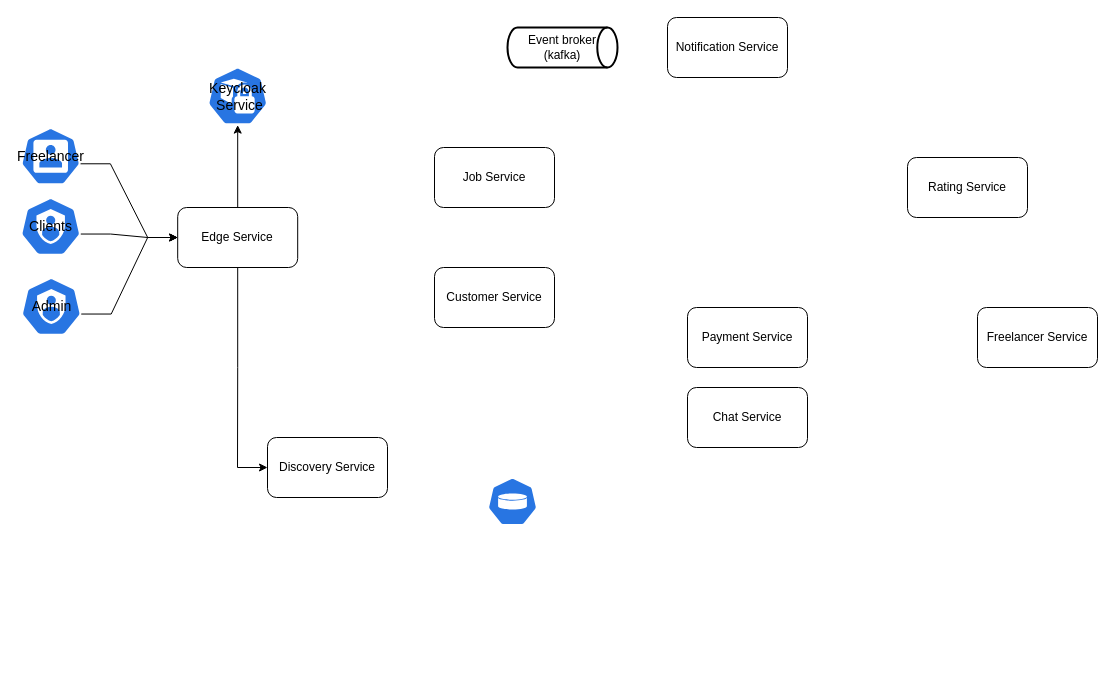
Earlier version of the draw.io diagram microservices-structure.drawio (ponchik18/freelance-exchanges). Source tidied: cells renumbered, new cells numbered last; positions are measured from the earlier drawing's top-left corner, leaving out a move shared by most shapes. Both pictures are drawn from the tidied source at 100%, with x=0, y=0 at pixel (20, 17).
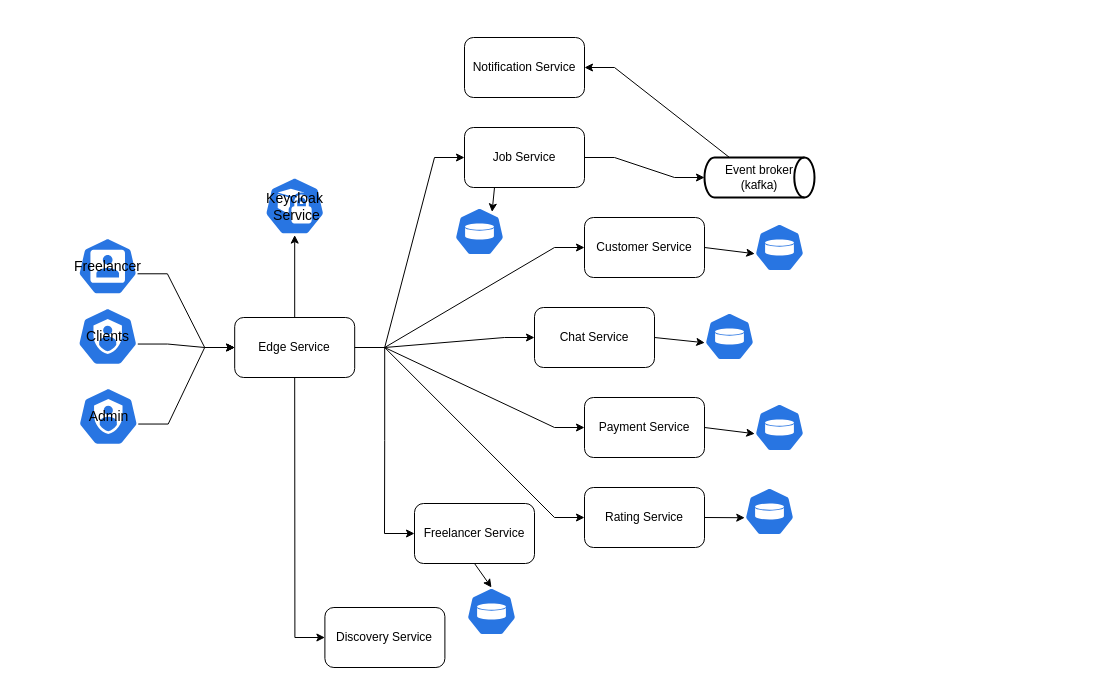
The same diagram, later.

The edit, as a diff of the source:
```diff
@@
     <mxCell id="3" value="&lt;font style=&quot;font-size: 14px;&quot;&gt;Freelancer&lt;/font&gt;" style="sketch=0;html=1;dashed=0;whitespace=wrap;fillColor=#2875E2;strokeColor=#ffffff;points=[[0.005,0.63,0],[0.1,0.2,0],[0.9,0.2,0],[0.5,0,0],[0.995,0.63,0],[0.72,0.99,0],[0.5,1,0],[0.28,0.99,0]];shape=mxgraph.kubernetes.icon2;prIcon=user;" parent="1" vertex="1">
-      <mxGeometry x="0.2" y="110" width="60" height="57.6" as="geometry" />
+      <mxGeometry x="57.2" y="220" width="60" height="57.6" as="geometry" />
     </mxCell>
@@
     <mxCell id="5" value="&lt;font style=&quot;font-size: 14px;&quot;&gt;Clients&lt;/font&gt;" style="sketch=0;html=1;dashed=0;whitespace=wrap;fillColor=#2875E2;strokeColor=#ffffff;points=[[0.005,0.63,0],[0.1,0.2,0],[0.9,0.2,0],[0.5,0,0],[0.995,0.63,0],[0.72,0.99,0],[0.5,1,0],[0.28,0.99,0]];shape=mxgraph.kubernetes.icon2;prIcon=sa;" parent="1" vertex="1">
-      <mxGeometry y="180" width="60.4" height="58" as="geometry" />
+      <mxGeometry x="57" y="290" width="60.4" height="58" as="geometry" />
     </mxCell>
@@
     <mxCell id="7" value="&lt;font style=&quot;font-size: 14px;&quot;&gt;Admin&lt;/font&gt;" style="sketch=0;html=1;dashed=0;whitespace=wrap;fillColor=#2875E2;strokeColor=#ffffff;points=[[0.005,0.63,0],[0.1,0.2,0],[0.9,0.2,0],[0.5,0,0],[0.995,0.63,0],[0.72,0.99,0],[0.5,1,0],[0.28,0.99,0]];shape=mxgraph.kubernetes.icon2;prIcon=sa;" parent="1" vertex="1">
-      <mxGeometry x="0.6" y="260" width="60.4" height="58" as="geometry" />
+      <mxGeometry x="57.6" y="370" width="60.4" height="58" as="geometry" />
     </mxCell>
     <mxCell id="8" style="sketch=0;html=1;dashed=0;whitespace=wrap;fillColor=#2875E2;strokeColor=#ffffff;points=[[0.005,0.63,0],[0.1,0.2,0],[0.9,0.2,0],[0.5,0,0],[0.995,0.63,0],[0.72,0.99,0],[0.5,1,0],[0.28,0.99,0]];shape=mxgraph.kubernetes.icon2;prIcon=vol;" parent="1" vertex="1">
-      <mxGeometry x="467" y="460" width="50" height="48" as="geometry" />
+      <mxGeometry x="434" y="190" width="50" height="48" as="geometry" />
     </mxCell>
@@
+    <mxCell id="22" style="edgeStyle=entityRelationEdgeStyle;rounded=0;jettySize=auto;html=1;exitX=1;exitY=0.25;exitDx=0;exitDy=0;entryX=0;entryY=0.5;entryDx=0;entryDy=0;" parent="1" edge="1" target="17">
+      <mxGeometry relative="1" as="geometry">
+        <mxPoint x="334.2" y="330" as="sourcePoint" />
+      </mxGeometry>
+    </mxCell>
+    <mxCell id="23" style="edgeStyle=entityRelationEdgeStyle;rounded=0;jettySize=auto;html=1;exitX=1;exitY=0.25;exitDx=0;exitDy=0;entryX=0;entryY=0.5;entryDx=0;entryDy=0;" parent="1" edge="1" target="14">
+      <mxGeometry relative="1" as="geometry">
+        <mxPoint x="334.2" y="330" as="sourcePoint" />
+      </mxGeometry>
+    </mxCell>
+    <mxCell id="24" style="edgeStyle=entityRelationEdgeStyle;rounded=0;jettySize=auto;html=1;exitX=1;exitY=0.5;exitDx=0;exitDy=0;" parent="1" edge="1" source="10" target="16">
+      <mxGeometry relative="1" as="geometry" />
+    </mxCell>
+    <mxCell id="25" style="edgeStyle=entityRelationEdgeStyle;rounded=0;jettySize=auto;html=1;exitX=1;exitY=0.5;exitDx=0;exitDy=0;entryX=0;entryY=0.5;entryDx=0;entryDy=0;" parent="1" edge="1" source="10" target="12">
+      <mxGeometry relative="1" as="geometry" />
+    </mxCell>
+    <mxCell id="26" style="edgeStyle=entityRelationEdgeStyle;rounded=0;jettySize=auto;html=1;exitX=1;exitY=0.5;exitDx=0;exitDy=0;entryX=0;entryY=0.5;entryDx=0;entryDy=0;" parent="1" edge="1" source="10" target="13">
+      <mxGeometry relative="1" as="geometry" />
+    </mxCell>
+    <mxCell id="27" style="edgeStyle=entityRelationEdgeStyle;rounded=0;jettySize=auto;html=1;exitX=1;exitY=0.5;exitDx=0;exitDy=0;entryX=0;entryY=0.5;entryDx=0;entryDy=0;" parent="1" edge="1" source="10" target="15">
+      <mxGeometry relative="1" as="geometry" />
+    </mxCell>
     <mxCell id="10" value="Edge Service" style="rounded=1;whiteSpace=wrap;html=1;" parent="1" vertex="1">
-      <mxGeometry x="157.2" y="190" width="120" height="60" as="geometry" />
+      <mxGeometry x="214.2" y="300" width="120" height="60" as="geometry" />
     </mxCell>
     <mxCell id="11" value="Notification Service&lt;br&gt;" style="rounded=1;whiteSpace=wrap;html=1;" parent="1" vertex="1">
-      <mxGeometry x="647" width="120" height="60" as="geometry" />
+      <mxGeometry x="444" y="20" width="120" height="60" as="geometry" />
     </mxCell>
     <mxCell id="12" value="Payment Service" style="rounded=1;whiteSpace=wrap;html=1;" parent="1" vertex="1">
-      <mxGeometry x="667" y="290" width="120" height="60" as="geometry" />
+      <mxGeometry x="564" y="380" width="120" height="60" as="geometry" />
     </mxCell>
     <mxCell id="13" value="Rating Service" style="rounded=1;whiteSpace=wrap;html=1;" parent="1" vertex="1">
-      <mxGeometry x="887" y="140" width="120" height="60" as="geometry" />
+      <mxGeometry x="564" y="470" width="120" height="60" as="geometry" />
     </mxCell>
     <mxCell id="14" value="Customer Service" style="rounded=1;whiteSpace=wrap;html=1;" parent="1" vertex="1">
-      <mxGeometry x="414" y="250" width="120" height="60" as="geometry" />
+      <mxGeometry x="564" y="200" width="120" height="60" as="geometry" />
     </mxCell>
     <mxCell id="15" value="Freelancer Service" style="rounded=1;whiteSpace=wrap;html=1;" parent="1" vertex="1">
-      <mxGeometry x="957" y="290" width="120" height="60" as="geometry" />
+      <mxGeometry x="394" y="486" width="120" height="60" as="geometry" />
     </mxCell>
     <mxCell id="16" value="Chat Service" style="rounded=1;whiteSpace=wrap;html=1;" parent="1" vertex="1">
-      <mxGeometry x="667" y="370" width="120" height="60" as="geometry" />
+      <mxGeometry x="514" y="290" width="120" height="60" as="geometry" />
     </mxCell>
     <mxCell id="17" value="Job Service" style="rounded=1;whiteSpace=wrap;html=1;" parent="1" vertex="1">
-      <mxGeometry x="414" y="130" width="120" height="60" as="geometry" />
+      <mxGeometry x="444" y="110" width="120" height="60" as="geometry" />
     </mxCell>
     <mxCell id="18" value="Discovery Service" style="rounded=1;whiteSpace=wrap;html=1;" parent="1" vertex="1">
-      <mxGeometry x="247" y="420" width="120" height="60" as="geometry" />
+      <mxGeometry x="304.4" y="590" width="120" height="60" as="geometry" />
     </mxCell>
     <mxCell id="19" value="&lt;font style=&quot;font-size: 14px;&quot;&gt;Keycloak&lt;br&gt;&amp;nbsp;Service&lt;/font&gt;" style="sketch=0;html=1;dashed=0;whitespace=wrap;fillColor=#2875E2;strokeColor=#ffffff;points=[[0.005,0.63,0],[0.1,0.2,0],[0.9,0.2,0],[0.5,0,0],[0.995,0.63,0],[0.72,0.99,0],[0.5,1,0],[0.28,0.99,0]];shape=mxgraph.kubernetes.icon2;prIcon=psp;" parent="1" vertex="1">
-      <mxGeometry x="187" y="49.6" width="60.4" height="58" as="geometry" />
+      <mxGeometry x="244" y="159.6" width="60.4" height="58" as="geometry" />
     </mxCell>
@@
+    <mxCell id="28" style="edgeStyle=entityRelationEdgeStyle;rounded=0;jettySize=auto;html=1;exitX=0.5;exitY=0;exitDx=0;exitDy=0;exitPerimeter=0;" parent="1" edge="1" source="21" target="11">
+      <mxGeometry relative="1" as="geometry" />
+    </mxCell>
     <mxCell id="21" value="Event broker&lt;br&gt;(kafka)" style="strokeWidth=2;html=1;shape=mxgraph.flowchart.direct_data;whiteSpace=wrap;" parent="1" vertex="1">
-      <mxGeometry x="487" y="10" width="110" height="40" as="geometry" />
+      <mxGeometry x="684" y="140" width="110" height="40" as="geometry" />
     </mxCell>
+    <mxCell id="29" style="edgeStyle=entityRelationEdgeStyle;rounded=0;jettySize=auto;html=1;exitX=1;exitY=0.5;exitDx=0;exitDy=0;entryX=0;entryY=0.5;entryDx=0;entryDy=0;entryPerimeter=0;" parent="1" edge="1" source="17" target="21">
+      <mxGeometry relative="1" as="geometry" />
+    </mxCell>
+    <mxCell id="30" style="edgeStyle=none;rounded=0;jettySize=auto;html=1;exitX=0.25;exitY=1;exitDx=0;exitDy=0;entryX=0.751;entryY=0.092;entryDx=0;entryDy=0;entryPerimeter=0;" parent="1" edge="1" source="17" target="8">
+      <mxGeometry relative="1" as="geometry" />
+    </mxCell>
+    <mxCell id="31" style="sketch=0;html=1;dashed=0;whitespace=wrap;fillColor=#2875E2;strokeColor=#ffffff;points=[[0.005,0.63,0],[0.1,0.2,0],[0.9,0.2,0],[0.5,0,0],[0.995,0.63,0],[0.72,0.99,0],[0.5,1,0],[0.28,0.99,0]];shape=mxgraph.kubernetes.icon2;prIcon=vol;" parent="1" vertex="1">
+      <mxGeometry x="734" y="206" width="50" height="48" as="geometry" />
+    </mxCell>
+    <mxCell id="32" style="sketch=0;html=1;dashed=0;whitespace=wrap;fillColor=#2875E2;strokeColor=#ffffff;points=[[0.005,0.63,0],[0.1,0.2,0],[0.9,0.2,0],[0.5,0,0],[0.995,0.63,0],[0.72,0.99,0],[0.5,1,0],[0.28,0.99,0]];shape=mxgraph.kubernetes.icon2;prIcon=vol;" parent="1" vertex="1">
+      <mxGeometry x="684" y="295" width="50" height="48" as="geometry" />
+    </mxCell>
+    <mxCell id="33" style="sketch=0;html=1;dashed=0;whitespace=wrap;fillColor=#2875E2;strokeColor=#ffffff;points=[[0.005,0.63,0],[0.1,0.2,0],[0.9,0.2,0],[0.5,0,0],[0.995,0.63,0],[0.72,0.99,0],[0.5,1,0],[0.28,0.99,0]];shape=mxgraph.kubernetes.icon2;prIcon=vol;" parent="1" vertex="1">
+      <mxGeometry x="734" y="386" width="50" height="48" as="geometry" />
+    </mxCell>
+    <mxCell id="34" style="sketch=0;html=1;dashed=0;whitespace=wrap;fillColor=#2875E2;strokeColor=#ffffff;points=[[0.005,0.63,0],[0.1,0.2,0],[0.9,0.2,0],[0.5,0,0],[0.995,0.63,0],[0.72,0.99,0],[0.5,1,0],[0.28,0.99,0]];shape=mxgraph.kubernetes.icon2;prIcon=vol;" parent="1" vertex="1">
+      <mxGeometry x="724" y="470" width="50" height="48" as="geometry" />
+    </mxCell>
+    <mxCell id="35" style="sketch=0;html=1;dashed=0;whitespace=wrap;fillColor=#2875E2;strokeColor=#ffffff;points=[[0.005,0.63,0],[0.1,0.2,0],[0.9,0.2,0],[0.5,0,0],[0.995,0.63,0],[0.72,0.99,0],[0.5,1,0],[0.28,0.99,0]];shape=mxgraph.kubernetes.icon2;prIcon=vol;" parent="1" vertex="1">
+      <mxGeometry x="446" y="570" width="50" height="48" as="geometry" />
+    </mxCell>
+    <mxCell id="36" style="edgeStyle=none;rounded=0;jettySize=auto;html=1;exitX=0.5;exitY=1;exitDx=0;exitDy=0;entryX=0.5;entryY=0;entryDx=0;entryDy=0;entryPerimeter=0;" parent="1" edge="1" source="15" target="35">
+      <mxGeometry relative="1" as="geometry" />
+    </mxCell>
+    <mxCell id="37" style="edgeStyle=none;rounded=0;jettySize=auto;html=1;exitX=1;exitY=0.5;exitDx=0;exitDy=0;entryX=0.005;entryY=0.63;entryDx=0;entryDy=0;entryPerimeter=0;" parent="1" edge="1" source="13" target="34">
+      <mxGeometry relative="1" as="geometry" />
+    </mxCell>
+    <mxCell id="38" style="edgeStyle=none;rounded=0;jettySize=auto;html=1;exitX=1;exitY=0.5;exitDx=0;exitDy=0;entryX=0.005;entryY=0.63;entryDx=0;entryDy=0;entryPerimeter=0;" parent="1" edge="1" source="12" target="33">
+      <mxGeometry relative="1" as="geometry" />
+    </mxCell>
+    <mxCell id="39" style="edgeStyle=none;rounded=0;jettySize=auto;html=1;exitX=1;exitY=0.5;exitDx=0;exitDy=0;entryX=0.005;entryY=0.63;entryDx=0;entryDy=0;entryPerimeter=0;" parent="1" edge="1" source="16" target="32">
+      <mxGeometry relative="1" as="geometry" />
+    </mxCell>
+    <mxCell id="40" style="edgeStyle=none;rounded=0;jettySize=auto;html=1;exitX=1;exitY=0.5;exitDx=0;exitDy=0;entryX=0.005;entryY=0.63;entryDx=0;entryDy=0;entryPerimeter=0;" parent="1" edge="1" source="14" target="31">
+      <mxGeometry relative="1" as="geometry" />
+    </mxCell>
```
